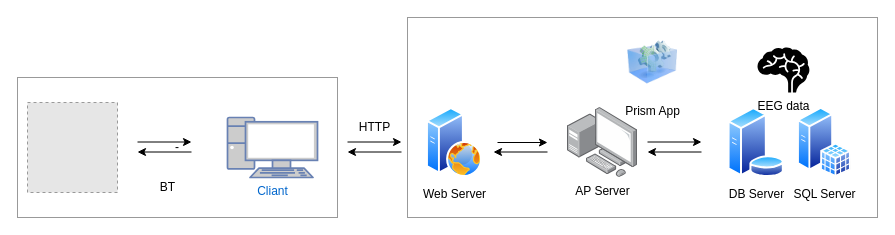
YuseiKawai/Otsuka keeps this draw.io diagram as WEBAPP.drawio. Above is the earlier version. Source tidied: cells renumbered, new cells numbered last; positions are measured from the earlier drawing's top-left corner, leaving out a move shared by most shapes. Both pictures are drawn from the tidied source at 100%, with x=0, y=0 at pixel (17, 17). Pictures stored in the file or linked from it are replaced by grey dashed boxes.
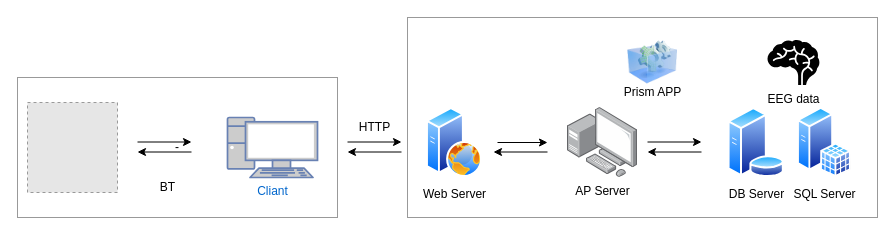
The same diagram, later.

Diff of the diagram source:
```diff
@@
-    <mxCell id="22" value="Prism App" style="image;html=1;image=img/lib/clip_art/computers/Virtual_Application_128x128.png;strokeColor=#999999;fillColor=none;" parent="1" vertex="1">
+    <mxCell id="22" style="image;html=1;image=img/lib/clip_art/computers/Virtual_Application_128x128.png;strokeColor=#999999;fillColor=none;" parent="1" vertex="1">
       <mxGeometry x="610" y="10" width="50" height="70" as="geometry" />
     </mxCell>
     <mxCell id="23" value="EEG data" style="shape=mxgraph.signs.healthcare.brain;html=1;fillColor=#000000;strokeColor=none;verticalLabelPosition=bottom;verticalAlign=top;align=center;" parent="1" vertex="1">
-      <mxGeometry x="740" y="30" width="51.9" height="45" as="geometry" />
+      <mxGeometry x="750" y="22.5" width="51.9" height="45" as="geometry" />
     </mxCell>
@@
+    <mxCell id="25" value="Prism APP" style="text;html=1;align=center;verticalAlign=middle;strokeColor=none;fillColor=none;" parent="1" vertex="1">
+      <mxGeometry x="600" y="65" width="70" height="20" as="geometry" />
+    </mxCell>
```
